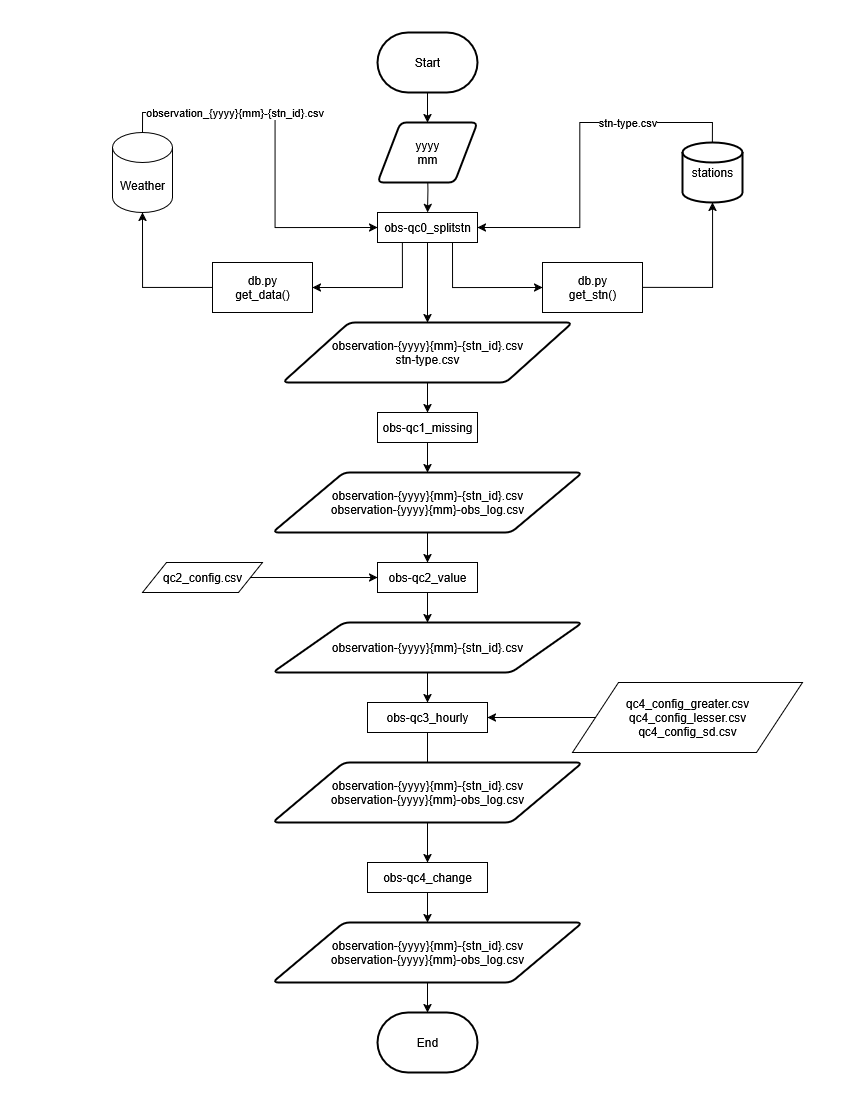
sy-yingjin/db-tools keeps this draw.io diagram as flowchart_QAQC.png. Above is the earlier version. Source tidied: cells renumbered, new cells last; positions are measured from the earlier drawing's top-left corner, leaving out a move shared by most shapes. Source of this version:
```xml
<mxGraphModel background="#ffffff">
  <root>
    <mxCell id="0" />
    <mxCell id="1" parent="0" />
    <mxCell id="2" value="Weather" style="shape=cylinder3;whiteSpace=wrap;html=1;boundedLbl=1;backgroundOutline=1;size=15;" parent="1" vertex="1">
      <mxGeometry y="100" width="60" height="80" as="geometry" />
    </mxCell>
    <mxCell id="3" style="edgeStyle=orthogonalEdgeStyle;rounded=0;jettySize=auto;html=1;entryX=0.5;entryY=0;entryDx=0;entryDy=0;" parent="1" edge="1" source="4" target="10">
      <mxGeometry relative="1" as="geometry" />
    </mxCell>
    <mxCell id="4" value="Start" style="strokeWidth=2;html=1;shape=mxgraph.flowchart.terminator;whiteSpace=wrap;" parent="1" vertex="1">
      <mxGeometry x="265" width="100" height="60" as="geometry" />
    </mxCell>
    <mxCell id="5" style="edgeStyle=orthogonalEdgeStyle;rounded=0;jettySize=auto;html=1;entryX=0.5;entryY=0;entryDx=0;entryDy=0;" parent="1" edge="1" source="8" target="15">
      <mxGeometry relative="1" as="geometry" />
    </mxCell>
    <mxCell id="6" style="edgeStyle=orthogonalEdgeStyle;rounded=0;jettySize=auto;html=1;exitX=0.25;exitY=1;exitDx=0;exitDy=0;entryX=1;entryY=0.5;entryDx=0;entryDy=0;" parent="1" edge="1" source="8" target="16">
      <mxGeometry relative="1" as="geometry" />
    </mxCell>
    <mxCell id="7" style="edgeStyle=orthogonalEdgeStyle;rounded=0;jettySize=auto;html=1;exitX=0.75;exitY=1;exitDx=0;exitDy=0;entryX=0;entryY=0.5;entryDx=0;entryDy=0;" parent="1" edge="1" source="8" target="19">
      <mxGeometry relative="1" as="geometry" />
    </mxCell>
    <mxCell id="8" value="obs-qc0_splitstn" style="html=1;dashed=0;whiteSpace=wrap;" parent="1" vertex="1">
      <mxGeometry x="265" y="180" width="100" height="30" as="geometry" />
    </mxCell>
    <mxCell id="9" style="edgeStyle=orthogonalEdgeStyle;rounded=0;jettySize=auto;html=1;" parent="1" edge="1" target="8">
      <mxGeometry relative="1" as="geometry">
        <mxPoint x="315" y="135" as="sourcePoint" />
      </mxGeometry>
    </mxCell>
    <mxCell id="10" value="&lt;div&gt;yyyy&lt;/div&gt;&lt;div&gt;mm&lt;/div&gt;" style="shape=parallelogram;html=1;strokeWidth=2;perimeter=parallelogramPerimeter;whiteSpace=wrap;rounded=1;arcSize=12;size=0.23;" parent="1" vertex="1">
      <mxGeometry x="265" y="90" width="100" height="60" as="geometry" />
    </mxCell>
    <mxCell id="11" value="stn-type.csv" style="edgeStyle=orthogonalEdgeStyle;rounded=0;jettySize=auto;html=1;exitX=0.5;exitY=0;exitDx=0;exitDy=0;exitPerimeter=0;entryX=1;entryY=0.5;entryDx=0;entryDy=0;" parent="1" edge="1" source="12" target="8">
      <mxGeometry x="-0.42" relative="1" as="geometry" />
    </mxCell>
    <mxCell id="12" value="stations" style="strokeWidth=2;html=1;shape=mxgraph.flowchart.database;whiteSpace=wrap;" parent="1" vertex="1">
      <mxGeometry x="570" y="110" width="60" height="60" as="geometry" />
    </mxCell>
    <mxCell id="13" value="observation_{yyyy}{mm}-{stn_id}.csv" style="edgeStyle=orthogonalEdgeStyle;rounded=0;jettySize=auto;html=1;entryX=0;entryY=0.5;entryDx=0;entryDy=0;exitX=0.5;exitY=0;exitDx=0;exitDy=0;exitPerimeter=0;" parent="1" edge="1" source="2" target="8">
      <mxGeometry x="-0.39" relative="1" as="geometry" />
    </mxCell>
    <mxCell id="14" style="edgeStyle=orthogonalEdgeStyle;rounded=0;jettySize=auto;html=1;" parent="1" edge="1" source="15" target="21">
      <mxGeometry relative="1" as="geometry" />
    </mxCell>
    <mxCell id="15" value="&lt;div&gt;observation-{yyyy}{mm}-{stn_id}.csv&lt;/div&gt;&lt;div&gt;stn-type.csv&lt;/div&gt;" style="shape=parallelogram;html=1;strokeWidth=2;perimeter=parallelogramPerimeter;whiteSpace=wrap;rounded=1;arcSize=12;size=0.23;" parent="1" vertex="1">
      <mxGeometry x="170" y="290" width="290" height="60" as="geometry" />
    </mxCell>
    <mxCell id="16" value="&lt;div&gt;db.py&lt;/div&gt;&lt;div&gt;get_data()&lt;/div&gt;" style="html=1;dashed=0;whiteSpace=wrap;" parent="1" vertex="1">
      <mxGeometry x="100" y="230" width="100" height="50" as="geometry" />
    </mxCell>
    <mxCell id="17" style="edgeStyle=orthogonalEdgeStyle;rounded=0;jettySize=auto;html=1;entryX=0.5;entryY=1;entryDx=0;entryDy=0;entryPerimeter=0;" parent="1" edge="1" source="16" target="2">
      <mxGeometry relative="1" as="geometry" />
    </mxCell>
    <mxCell id="18" style="edgeStyle=orthogonalEdgeStyle;rounded=0;jettySize=auto;html=1;exitX=1;exitY=0.5;exitDx=0;exitDy=0;" parent="1" edge="1" source="19" target="12">
      <mxGeometry relative="1" as="geometry" />
    </mxCell>
    <mxCell id="19" value="&lt;div&gt;db.py&lt;/div&gt;&lt;div&gt;get_stn()&lt;/div&gt;" style="html=1;dashed=0;whiteSpace=wrap;" parent="1" vertex="1">
      <mxGeometry x="430" y="230" width="100" height="50" as="geometry" />
    </mxCell>
    <mxCell id="20" style="edgeStyle=orthogonalEdgeStyle;rounded=0;jettySize=auto;html=1;" parent="1" edge="1" source="21" target="23">
      <mxGeometry relative="1" as="geometry" />
    </mxCell>
    <mxCell id="21" value="obs-qc1_missing" style="html=1;dashed=0;whiteSpace=wrap;" parent="1" vertex="1">
      <mxGeometry x="265" y="380" width="100" height="30" as="geometry" />
    </mxCell>
    <mxCell id="22" style="edgeStyle=orthogonalEdgeStyle;rounded=0;jettySize=auto;html=1;entryX=0.5;entryY=0;entryDx=0;entryDy=0;" parent="1" edge="1" source="23" target="25">
      <mxGeometry relative="1" as="geometry" />
    </mxCell>
    <mxCell id="23" value="&lt;div&gt;observation-{yyyy}{mm}-{stn_id}.csv&lt;/div&gt;&lt;div&gt;observation-{yyyy}{mm}-obs_log.csv&lt;/div&gt;" style="shape=parallelogram;html=1;strokeWidth=2;perimeter=parallelogramPerimeter;whiteSpace=wrap;rounded=1;arcSize=12;size=0.23;" parent="1" vertex="1">
      <mxGeometry x="160" y="440" width="310" height="60" as="geometry" />
    </mxCell>
    <mxCell id="24" style="edgeStyle=orthogonalEdgeStyle;rounded=0;jettySize=auto;html=1;exitX=0.5;exitY=1;exitDx=0;exitDy=0;entryX=0.5;entryY=0;entryDx=0;entryDy=0;" parent="1" edge="1" source="25" target="29">
      <mxGeometry relative="1" as="geometry" />
    </mxCell>
    <mxCell id="25" value="obs-qc2_value" style="html=1;dashed=0;whiteSpace=wrap;" parent="1" vertex="1">
      <mxGeometry x="265" y="530" width="100" height="30" as="geometry" />
    </mxCell>
    <mxCell id="26" style="edgeStyle=orthogonalEdgeStyle;rounded=0;jettySize=auto;html=1;exitX=0.5;exitY=1;exitDx=0;exitDy=0;entryX=0.5;entryY=0;entryDx=0;entryDy=0;" parent="1" edge="1" source="27">
      <mxGeometry relative="1" as="geometry">
        <mxPoint x="315" y="750" as="targetPoint" />
      </mxGeometry>
    </mxCell>
    <mxCell id="27" value="obs-qc3_hourly" style="html=1;dashed=0;whiteSpace=wrap;" parent="1" vertex="1">
      <mxGeometry x="255" y="670" width="120" height="30" as="geometry" />
    </mxCell>
    <mxCell id="28" style="edgeStyle=orthogonalEdgeStyle;rounded=0;jettySize=auto;html=1;exitX=0.5;exitY=1;exitDx=0;exitDy=0;entryX=0.5;entryY=0;entryDx=0;entryDy=0;" parent="1" edge="1" source="29" target="27">
      <mxGeometry relative="1" as="geometry" />
    </mxCell>
    <mxCell id="29" value="&lt;div&gt;observation-{yyyy}{mm}-{stn_id}.csv&lt;/div&gt;" style="shape=parallelogram;html=1;strokeWidth=2;perimeter=parallelogramPerimeter;whiteSpace=wrap;rounded=1;arcSize=12;size=0.23;" parent="1" vertex="1">
      <mxGeometry x="160" y="590" width="310" height="50" as="geometry" />
    </mxCell>
    <mxCell id="30" style="edgeStyle=orthogonalEdgeStyle;rounded=0;jettySize=auto;html=1;entryX=0;entryY=0.5;entryDx=0;entryDy=0;" parent="1" edge="1" source="31" target="25">
      <mxGeometry relative="1" as="geometry" />
    </mxCell>
    <mxCell id="31" value="qc2_config.csv" style="shape=parallelogram;perimeter=parallelogramPerimeter;whiteSpace=wrap;html=1;dashed=0;" parent="1" vertex="1">
      <mxGeometry x="30" y="530" width="120" height="30" as="geometry" />
    </mxCell>
    <mxCell id="32" style="edgeStyle=orthogonalEdgeStyle;rounded=0;jettySize=auto;html=1;exitX=0;exitY=0.5;exitDx=0;exitDy=0;entryX=1;entryY=0.5;entryDx=0;entryDy=0;" parent="1" edge="1" source="33" target="27">
      <mxGeometry relative="1" as="geometry" />
    </mxCell>
    <mxCell id="33" value="&lt;div&gt;qc4_config_greater.csv&lt;/div&gt;&lt;div&gt;qc4_config_lesser.csv&lt;/div&gt;&lt;div&gt;qc4_config_sd.csv&lt;/div&gt;" style="shape=parallelogram;perimeter=parallelogramPerimeter;whiteSpace=wrap;html=1;dashed=0;" parent="1" vertex="1">
      <mxGeometry x="460" y="650" width="230" height="70" as="geometry" />
    </mxCell>
    <mxCell id="34" style="edgeStyle=orthogonalEdgeStyle;rounded=0;jettySize=auto;html=1;entryX=0.5;entryY=0;entryDx=0;entryDy=0;" parent="1" edge="1" source="35" target="37">
      <mxGeometry relative="1" as="geometry" />
    </mxCell>
    <mxCell id="35" value="&lt;div&gt;observation-{yyyy}{mm}-{stn_id}.csv&lt;/div&gt;&lt;div&gt;observation-{yyyy}{mm}-obs_log.csv&lt;/div&gt;" style="shape=parallelogram;html=1;strokeWidth=2;perimeter=parallelogramPerimeter;whiteSpace=wrap;rounded=1;arcSize=12;size=0.23;" parent="1" vertex="1">
      <mxGeometry x="160" y="730" width="310" height="60" as="geometry" />
    </mxCell>
    <mxCell id="36" style="edgeStyle=orthogonalEdgeStyle;rounded=0;jettySize=auto;html=1;exitX=0.5;exitY=1;exitDx=0;exitDy=0;entryX=0.5;entryY=0;entryDx=0;entryDy=0;" parent="1" edge="1" source="37" target="38">
      <mxGeometry relative="1" as="geometry" />
    </mxCell>
    <mxCell id="37" value="obs-qc4_change" style="html=1;dashed=0;whiteSpace=wrap;" parent="1" vertex="1">
      <mxGeometry x="255" y="830" width="120" height="30" as="geometry" />
    </mxCell>
    <mxCell id="38" value="&lt;div&gt;observation-{yyyy}{mm}-{stn_id}.csv&lt;/div&gt;&lt;div&gt;observation-{yyyy}{mm}-obs_log.csv&lt;/div&gt;" style="shape=parallelogram;html=1;strokeWidth=2;perimeter=parallelogramPerimeter;whiteSpace=wrap;rounded=1;arcSize=12;size=0.23;" parent="1" vertex="1">
      <mxGeometry x="160" y="890" width="310" height="60" as="geometry" />
    </mxCell>
    <mxCell id="39" value="End" style="strokeWidth=2;html=1;shape=mxgraph.flowchart.terminator;whiteSpace=wrap;" parent="1" vertex="1">
      <mxGeometry x="265" y="980" width="100" height="60" as="geometry" />
    </mxCell>
    <mxCell id="40" style="edgeStyle=orthogonalEdgeStyle;rounded=0;jettySize=auto;html=1;exitX=0.5;exitY=1;exitDx=0;exitDy=0;entryX=0.5;entryY=0;entryDx=0;entryDy=0;entryPerimeter=0;" parent="1" edge="1" source="38" target="39">
      <mxGeometry relative="1" as="geometry" />
    </mxCell>
  </root>
</mxGraphModel>
```
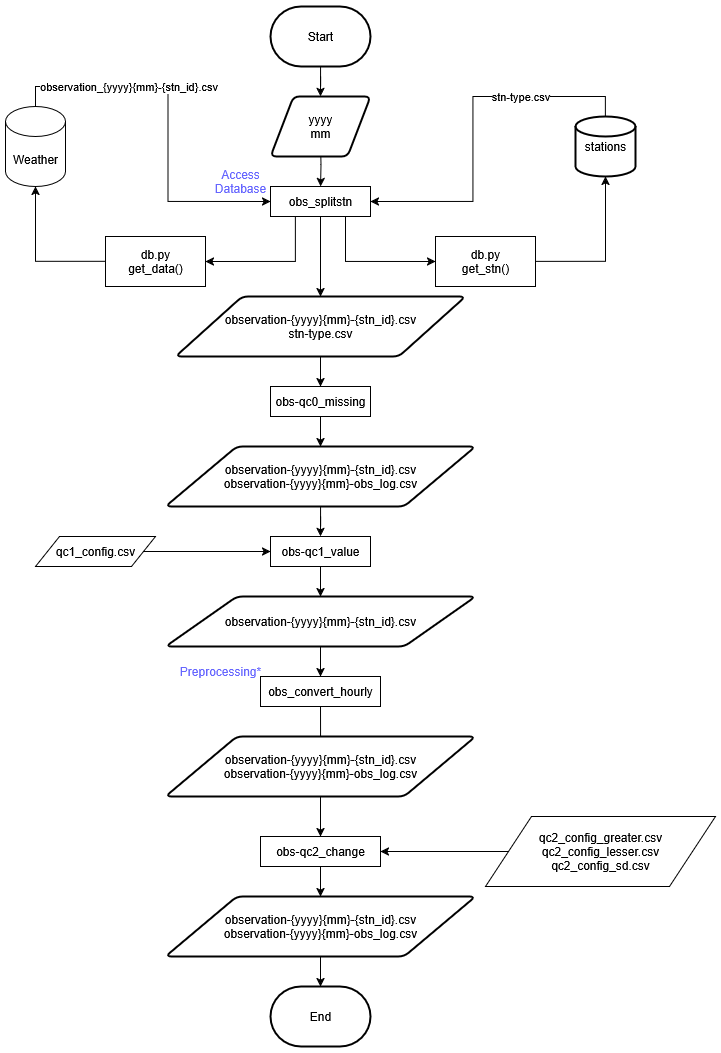
Above is the later version.

Change to the diagram source:
```diff
@@ -20,7 +20,7 @@
     <mxCell id="7" style="edgeStyle=orthogonalEdgeStyle;rounded=0;jettySize=auto;html=1;exitX=0.75;exitY=1;exitDx=0;exitDy=0;entryX=0;entryY=0.5;entryDx=0;entryDy=0;" parent="1" edge="1" source="8" target="19">
       <mxGeometry relative="1" as="geometry" />
     </mxCell>
-    <mxCell id="8" value="obs-qc0_splitstn" style="html=1;dashed=0;whiteSpace=wrap;" parent="1" vertex="1">
+    <mxCell id="8" value="obs_splitstn" style="html=1;dashed=0;whiteSpace=wrap;" parent="1" vertex="1">
       <mxGeometry x="265" y="180" width="100" height="30" as="geometry" />
     </mxCell>
     <mxCell id="9" style="edgeStyle=orthogonalEdgeStyle;rounded=0;jettySize=auto;html=1;" parent="1" edge="1" target="8">
@@ -61,7 +61,7 @@
     <mxCell id="20" style="edgeStyle=orthogonalEdgeStyle;rounded=0;jettySize=auto;html=1;" parent="1" edge="1" source="21" target="23">
       <mxGeometry relative="1" as="geometry" />
     </mxCell>
-    <mxCell id="21" value="obs-qc1_missing" style="html=1;dashed=0;whiteSpace=wrap;" parent="1" vertex="1">
+    <mxCell id="21" value="obs-qc0_missing" style="html=1;dashed=0;whiteSpace=wrap;" parent="1" vertex="1">
       <mxGeometry x="265" y="380" width="100" height="30" as="geometry" />
     </mxCell>
     <mxCell id="22" style="edgeStyle=orthogonalEdgeStyle;rounded=0;jettySize=auto;html=1;entryX=0.5;entryY=0;entryDx=0;entryDy=0;" parent="1" edge="1" source="23" target="25">
@@ -73,7 +73,7 @@
     <mxCell id="24" style="edgeStyle=orthogonalEdgeStyle;rounded=0;jettySize=auto;html=1;exitX=0.5;exitY=1;exitDx=0;exitDy=0;entryX=0.5;entryY=0;entryDx=0;entryDy=0;" parent="1" edge="1" source="25" target="29">
       <mxGeometry relative="1" as="geometry" />
     </mxCell>
-    <mxCell id="25" value="obs-qc2_value" style="html=1;dashed=0;whiteSpace=wrap;" parent="1" vertex="1">
+    <mxCell id="25" value="obs-qc1_value" style="html=1;dashed=0;whiteSpace=wrap;" parent="1" vertex="1">
       <mxGeometry x="265" y="530" width="100" height="30" as="geometry" />
     </mxCell>
     <mxCell id="26" style="edgeStyle=orthogonalEdgeStyle;rounded=0;jettySize=auto;html=1;exitX=0.5;exitY=1;exitDx=0;exitDy=0;entryX=0.5;entryY=0;entryDx=0;entryDy=0;" parent="1" edge="1" source="27">
@@ -81,7 +81,7 @@
         <mxPoint x="315" y="750" as="targetPoint" />
       </mxGeometry>
     </mxCell>
-    <mxCell id="27" value="obs-qc3_hourly" style="html=1;dashed=0;whiteSpace=wrap;" parent="1" vertex="1">
+    <mxCell id="27" value="obs_convert_hourly" style="html=1;dashed=0;whiteSpace=wrap;" parent="1" vertex="1">
       <mxGeometry x="255" y="670" width="120" height="30" as="geometry" />
     </mxCell>
     <mxCell id="28" style="edgeStyle=orthogonalEdgeStyle;rounded=0;jettySize=auto;html=1;exitX=0.5;exitY=1;exitDx=0;exitDy=0;entryX=0.5;entryY=0;entryDx=0;entryDy=0;" parent="1" edge="1" source="29" target="27">
@@ -93,14 +93,14 @@
     <mxCell id="30" style="edgeStyle=orthogonalEdgeStyle;rounded=0;jettySize=auto;html=1;entryX=0;entryY=0.5;entryDx=0;entryDy=0;" parent="1" edge="1" source="31" target="25">
       <mxGeometry relative="1" as="geometry" />
     </mxCell>
-    <mxCell id="31" value="qc2_config.csv" style="shape=parallelogram;perimeter=parallelogramPerimeter;whiteSpace=wrap;html=1;dashed=0;" parent="1" vertex="1">
+    <mxCell id="31" value="qc1_config.csv" style="shape=parallelogram;perimeter=parallelogramPerimeter;whiteSpace=wrap;html=1;dashed=0;" parent="1" vertex="1">
       <mxGeometry x="30" y="530" width="120" height="30" as="geometry" />
     </mxCell>
-    <mxCell id="32" style="edgeStyle=orthogonalEdgeStyle;rounded=0;jettySize=auto;html=1;exitX=0;exitY=0.5;exitDx=0;exitDy=0;entryX=1;entryY=0.5;entryDx=0;entryDy=0;" parent="1" edge="1" source="33" target="27">
+    <mxCell id="32" style="edgeStyle=orthogonalEdgeStyle;rounded=0;jettySize=auto;html=1;exitX=0;exitY=0.5;exitDx=0;exitDy=0;entryX=1;entryY=0.5;entryDx=0;entryDy=0;" parent="1" edge="1" source="33" target="37">
       <mxGeometry relative="1" as="geometry" />
     </mxCell>
-    <mxCell id="33" value="&lt;div&gt;qc4_config_greater.csv&lt;/div&gt;&lt;div&gt;qc4_config_lesser.csv&lt;/div&gt;&lt;div&gt;qc4_config_sd.csv&lt;/div&gt;" style="shape=parallelogram;perimeter=parallelogramPerimeter;whiteSpace=wrap;html=1;dashed=0;" parent="1" vertex="1">
-      <mxGeometry x="460" y="650" width="230" height="70" as="geometry" />
+    <mxCell id="33" value="&lt;div&gt;qc2_config_greater.csv&lt;/div&gt;&lt;div&gt;qc2_config_lesser.csv&lt;/div&gt;&lt;div&gt;qc2_config_sd.csv&lt;/div&gt;" style="shape=parallelogram;perimeter=parallelogramPerimeter;whiteSpace=wrap;html=1;dashed=0;" parent="1" vertex="1">
+      <mxGeometry x="480" y="810" width="230" height="70" as="geometry" />
     </mxCell>
     <mxCell id="34" style="edgeStyle=orthogonalEdgeStyle;rounded=0;jettySize=auto;html=1;entryX=0.5;entryY=0;entryDx=0;entryDy=0;" parent="1" edge="1" source="35" target="37">
       <mxGeometry relative="1" as="geometry" />
@@ -111,7 +111,7 @@
     <mxCell id="36" style="edgeStyle=orthogonalEdgeStyle;rounded=0;jettySize=auto;html=1;exitX=0.5;exitY=1;exitDx=0;exitDy=0;entryX=0.5;entryY=0;entryDx=0;entryDy=0;" parent="1" edge="1" source="37" target="38">
       <mxGeometry relative="1" as="geometry" />
     </mxCell>
-    <mxCell id="37" value="obs-qc4_change" style="html=1;dashed=0;whiteSpace=wrap;" parent="1" vertex="1">
+    <mxCell id="37" value="obs-qc2_change" style="html=1;dashed=0;whiteSpace=wrap;" parent="1" vertex="1">
       <mxGeometry x="255" y="830" width="120" height="30" as="geometry" />
     </mxCell>
     <mxCell id="38" value="&lt;div&gt;observation-{yyyy}{mm}-{stn_id}.csv&lt;/div&gt;&lt;div&gt;observation-{yyyy}{mm}-obs_log.csv&lt;/div&gt;" style="shape=parallelogram;html=1;strokeWidth=2;perimeter=parallelogramPerimeter;whiteSpace=wrap;rounded=1;arcSize=12;size=0.23;" parent="1" vertex="1">
@@ -123,5 +123,11 @@
     <mxCell id="40" style="edgeStyle=orthogonalEdgeStyle;rounded=0;jettySize=auto;html=1;exitX=0.5;exitY=1;exitDx=0;exitDy=0;entryX=0.5;entryY=0;entryDx=0;entryDy=0;entryPerimeter=0;" parent="1" edge="1" source="38" target="39">
       <mxGeometry relative="1" as="geometry" />
     </mxCell>
+    <mxCell id="41" value="Preprocessing*" style="text;html=1;align=center;verticalAlign=middle;whiteSpace=wrap;rounded=0;fontColor=#6666FF;" parent="1" vertex="1">
+      <mxGeometry x="160" y="650" width="110" height="30" as="geometry" />
+    </mxCell>
+    <mxCell id="42" value="Access Database" style="text;html=1;align=center;verticalAlign=middle;whiteSpace=wrap;rounded=0;fontColor=#6666FF;" parent="1" vertex="1">
+      <mxGeometry x="205" y="160" width="60" height="30" as="geometry" />
+    </mxCell>
   </root>
 </mxGraphModel>
```
